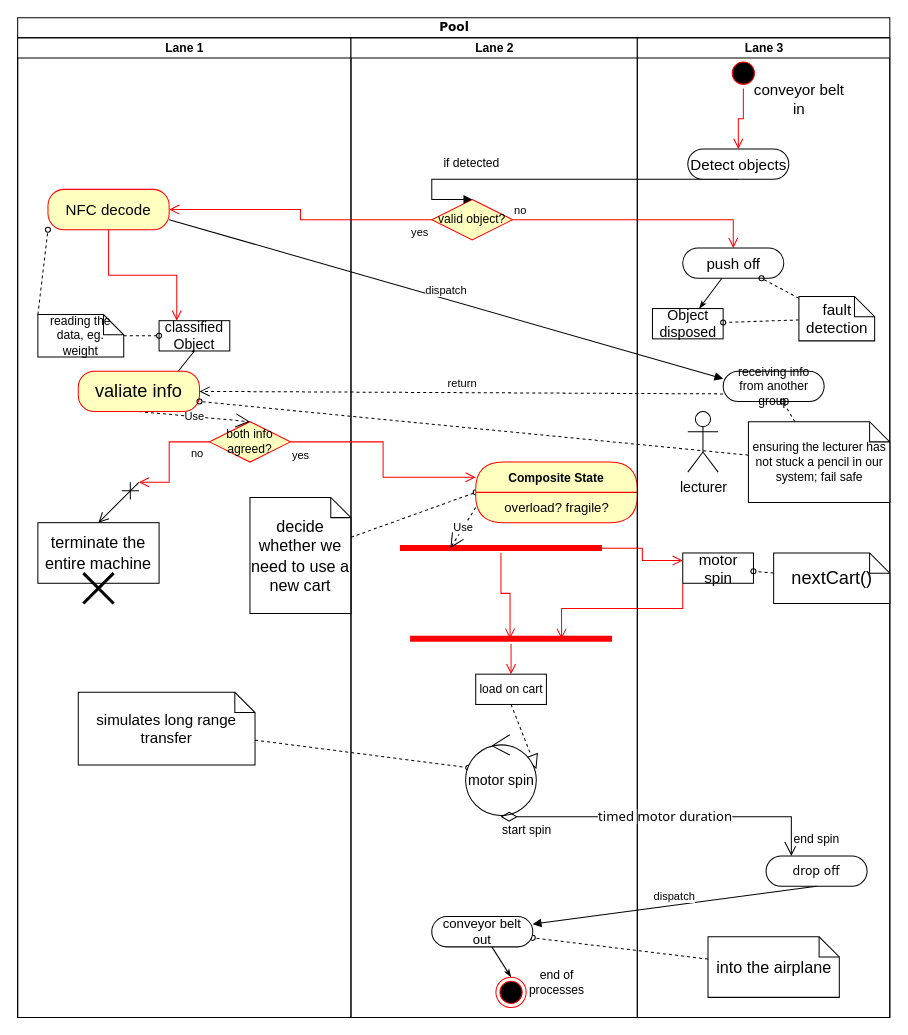
ShiyunKong/draw.io-storage keeps this draw.io diagram as 2IO75 Embeded Systems UML.drawio. Above is the earlier version. Source tidied: cells renumbered, new cells numbered last; positions are measured from the earlier drawing's top-left corner, leaving out a move shared by most shapes. Both pictures are drawn from the tidied source at 101%, with x=0, y=0 at pixel (17, 17).
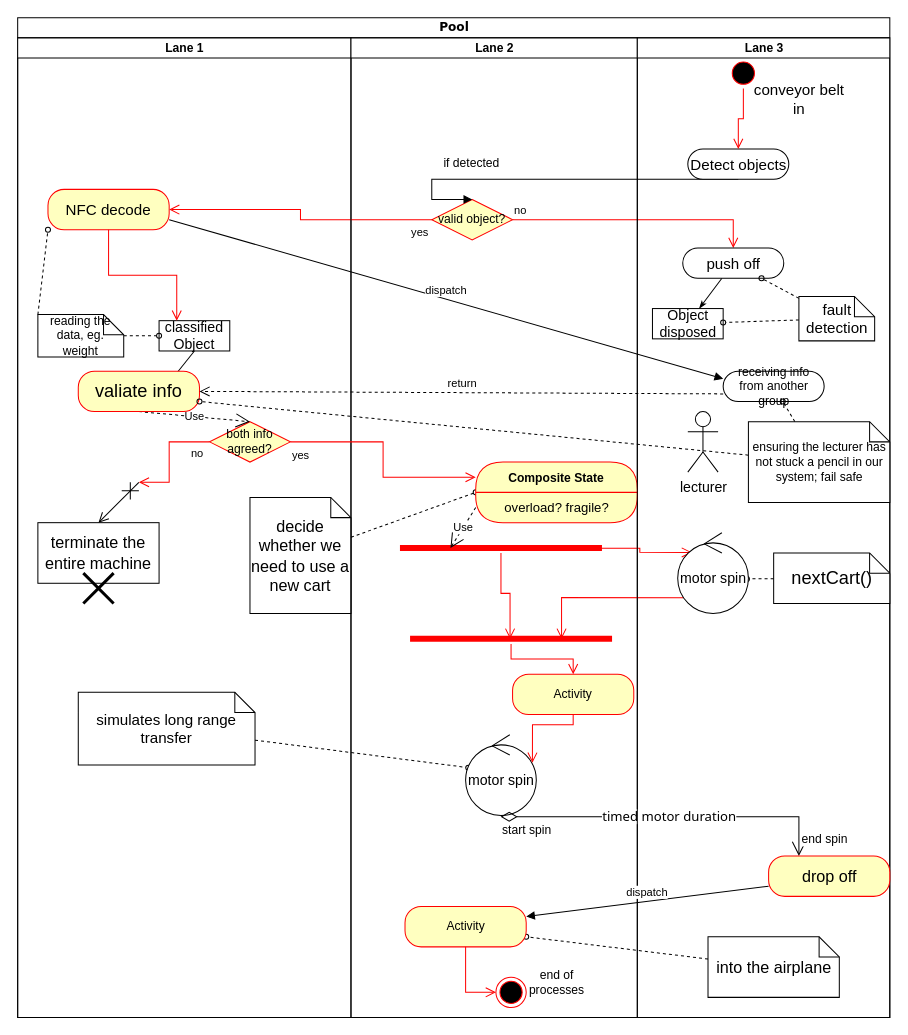
The same page after the edit.

The change refers to these unchanged cells:
```xml
<mxCell id="2" value="Pool" style="swimlane;html=1;startSize=20;rounded=0;shadow=0;comic=0;labelBackgroundColor=none;strokeWidth=1;fontFamily=Verdana;fontSize=12;align=center;" parent="1" vertex="1">
  <mxGeometry width="863.5" height="990" as="geometry" />
</mxCell>
<mxCell id="28" value="Lane 2" style="swimlane;html=1;startSize=20;" parent="2" vertex="1">
  <mxGeometry x="330" y="20" width="283.5" height="970" as="geometry" />
</mxCell>
<mxCell id="33" style="shape=line;html=1;strokeWidth=6;strokeColor=#ff0000;" parent="28" vertex="1">
  <mxGeometry x="48.5" y="500" width="200" height="10" as="geometry" />
</mxCell>
<mxCell id="36" style="shape=line;html=1;strokeWidth=6;strokeColor=#ff0000;" parent="28" vertex="1">
  <mxGeometry x="58.5" y="590" width="200" height="10" as="geometry" />
</mxCell>
<mxCell id="39" style="ellipse;html=1;shape=endState;fillColor=#000000;strokeColor=#ff0000;" parent="28" vertex="1">
  <mxGeometry x="143.5" y="930" width="30" height="30" as="geometry" />
</mxCell>
<mxCell id="40" value="&lt;font style=&quot;font-size: 14px;&quot; face=&quot;Calibri&quot;&gt;motor spin&lt;br&gt;&lt;/font&gt;" style="ellipse;shape=umlControl;whiteSpace=wrap;html=1;" parent="28" vertex="1">
  <mxGeometry x="113.5" y="690" width="70" height="80" as="geometry" />
</mxCell>
<mxCell id="51" value="Lane 3" style="swimlane;html=1;startSize=20;" parent="2" vertex="1">
  <mxGeometry x="613.5" y="20" width="250" height="970" as="geometry" />
</mxCell>
<mxCell id="62" value="&lt;font style=&quot;font-size: 18px;&quot; face=&quot;Calibri&quot;&gt;nextCart()&lt;/font&gt;" style="shape=note;whiteSpace=wrap;html=1;rounded=0;shadow=0;comic=0;labelBackgroundColor=none;strokeWidth=1;fontFamily=Verdana;fontSize=12;align=center;size=20;" parent="51" vertex="1">
  <mxGeometry x="135" y="510" width="115" height="50" as="geometry" />
</mxCell>
<mxCell id="63" value="&lt;font style=&quot;font-size: 16px;&quot; face=&quot;Calibri&quot;&gt;into the airplane&lt;br&gt;&lt;/font&gt;" style="shape=note;whiteSpace=wrap;html=1;rounded=0;shadow=0;comic=0;labelBackgroundColor=none;strokeWidth=1;fontFamily=Verdana;fontSize=12;align=center;size=20;" parent="51" vertex="1">
  <mxGeometry x="70" y="890" width="130" height="60" as="geometry" />
</mxCell>
```

What changed in the source:
```diff
@@
-    <mxCell id="22" style="edgeStyle=none;rounded=0;html=1;dashed=1;labelBackgroundColor=none;startArrow=none;startFill=0;startSize=5;endArrow=oval;endFill=0;endSize=5;jettySize=auto;strokeWidth=1;fontFamily=Verdana;fontSize=12;" parent="2" edge="1" source="63" target="30">
+    <mxCell id="22" style="edgeStyle=none;rounded=0;html=1;dashed=1;labelBackgroundColor=none;startArrow=none;startFill=0;startSize=5;endArrow=oval;endFill=0;endSize=5;jettySize=auto;strokeWidth=1;fontFamily=Verdana;fontSize=12;entryX=1;entryY=0.75;entryDx=0;entryDy=0;" parent="2" edge="1" source="63" target="74">
       <mxGeometry relative="1" as="geometry" />
     </mxCell>
@@
-    <mxCell id="29" value="&lt;font face=&quot;Calibri&quot;&gt;load on cart&lt;br&gt;&lt;/font&gt;" style="rounded=0;whiteSpace=wrap;html=1;shadow=0;comic=0;labelBackgroundColor=none;strokeWidth=1;fontFamily=Verdana;fontSize=12;align=center;arcSize=50;" parent="28" vertex="1">
-      <mxGeometry x="123.5" y="630" width="70" height="30" as="geometry" />
-    </mxCell>
-    <mxCell id="30" value="&lt;font style=&quot;font-size: 13px;&quot; face=&quot;Calibri&quot;&gt;conveyor belt out&lt;/font&gt;&lt;font style=&quot;font-size: 13px;&quot; face=&quot;Calibri&quot;&gt;&lt;br&gt;&lt;/font&gt;" style="rounded=1;whiteSpace=wrap;html=1;shadow=0;comic=0;labelBackgroundColor=none;strokeWidth=1;fontFamily=Verdana;fontSize=12;align=center;arcSize=50;" parent="28" vertex="1">
-      <mxGeometry x="80" y="870" width="100" height="30" as="geometry" />
-    </mxCell>
@@
-    <mxCell id="37" style="edgeStyle=orthogonalEdgeStyle;html=1;verticalAlign=bottom;endArrow=open;endSize=8;strokeColor=#ff0000;rounded=0;entryX=0.5;entryY=0;entryDx=0;entryDy=0;" parent="28" edge="1" source="36" target="29">
-      <mxGeometry relative="1" as="geometry" />
+    <mxCell id="37" style="edgeStyle=orthogonalEdgeStyle;html=1;verticalAlign=bottom;endArrow=open;endSize=8;strokeColor=#ff0000;rounded=0;entryX=0.5;entryY=0;entryDx=0;entryDy=0;" parent="28" edge="1" source="36" target="72">
+      <mxGeometry relative="1" as="geometry">
+        <Array as="points">
+          <mxPoint x="159" y="615" />
+          <mxPoint x="220" y="615" />
+        </Array>
+      </mxGeometry>
     </mxCell>
-    <mxCell id="38" style="endArrow=block;dashed=1;endFill=0;endSize=12;html=1;rounded=0;exitX=0.5;exitY=1;exitDx=0;exitDy=0;entryX=1.002;entryY=0.425;entryDx=0;entryDy=0;entryPerimeter=0;" parent="28" edge="1" source="29" target="40">
-      <mxGeometry relative="1" as="geometry" />
-    </mxCell>
@@
-    <mxCell id="41" style="edgeStyle=none;rounded=0;html=1;labelBackgroundColor=none;startArrow=none;startFill=0;startSize=5;endArrow=classicThin;endFill=1;endSize=5;jettySize=auto;strokeWidth=1;fontFamily=Verdana;fontSize=12;entryX=0.5;entryY=0;entryDx=0;entryDy=0;" parent="28" edge="1" source="30" target="39">
-      <mxGeometry relative="1" as="geometry" />
-    </mxCell>
@@
+    <mxCell id="72" value="Activity" style="rounded=1;whiteSpace=wrap;html=1;arcSize=40;fontColor=#000000;fillColor=#ffffc0;strokeColor=#ff0000;" parent="28" vertex="1">
+      <mxGeometry x="160" y="630" width="120" height="40" as="geometry" />
+    </mxCell>
+    <mxCell id="73" style="edgeStyle=orthogonalEdgeStyle;html=1;verticalAlign=bottom;endArrow=open;endSize=8;strokeColor=#ff0000;rounded=0;entryX=0.945;entryY=0.347;entryDx=0;entryDy=0;entryPerimeter=0;" parent="28" edge="1" source="72" target="40">
+      <mxGeometry relative="1" as="geometry" />
+    </mxCell>
+    <mxCell id="74" value="Activity" style="rounded=1;whiteSpace=wrap;html=1;arcSize=40;fontColor=#000000;fillColor=#ffffc0;strokeColor=#ff0000;" parent="28" vertex="1">
+      <mxGeometry x="53.5" y="860" width="120" height="40" as="geometry" />
+    </mxCell>
+    <mxCell id="75" style="edgeStyle=orthogonalEdgeStyle;html=1;verticalAlign=bottom;endArrow=open;endSize=8;strokeColor=#ff0000;rounded=0;entryX=0;entryY=0.5;entryDx=0;entryDy=0;" parent="28" edge="1" source="74" target="39">
+      <mxGeometry relative="1" as="geometry" />
+    </mxCell>
@@
-    <mxCell id="46" style="edgeStyle=orthogonalEdgeStyle;html=1;verticalAlign=bottom;endArrow=open;endSize=8;strokeColor=#ff0000;rounded=0;exitX=0.658;exitY=0.527;exitDx=0;exitDy=0;exitPerimeter=0;entryX=0;entryY=0.25;entryDx=0;entryDy=0;" parent="2" edge="1" source="33" target="65">
+    <mxCell id="46" style="edgeStyle=orthogonalEdgeStyle;html=1;verticalAlign=bottom;endArrow=open;endSize=8;strokeColor=#ff0000;rounded=0;exitX=0.658;exitY=0.527;exitDx=0;exitDy=0;exitPerimeter=0;entryX=0.201;entryY=0.243;entryDx=0;entryDy=0;entryPerimeter=0;" parent="2" edge="1" source="33" target="65">
       <mxGeometry relative="1" as="geometry" />
     </mxCell>
-    <mxCell id="47" style="edgeStyle=orthogonalEdgeStyle;html=1;verticalAlign=bottom;endArrow=open;endSize=8;strokeColor=#ff0000;rounded=0;entryX=0.75;entryY=0.5;entryDx=0;entryDy=0;entryPerimeter=0;exitX=0;exitY=1;exitDx=0;exitDy=0;" parent="2" edge="1" source="65" target="36">
+    <mxCell id="47" style="edgeStyle=orthogonalEdgeStyle;html=1;verticalAlign=bottom;endArrow=open;endSize=8;strokeColor=#ff0000;rounded=0;entryX=0.75;entryY=0.5;entryDx=0;entryDy=0;entryPerimeter=0;exitX=0.083;exitY=0.803;exitDx=0;exitDy=0;exitPerimeter=0;" parent="2" edge="1" source="65" target="36">
       <mxGeometry relative="1" as="geometry" />
     </mxCell>
@@
-    <mxCell id="65" value="&lt;font style=&quot;font-size: 15px;&quot; face=&quot;Calibri&quot;&gt;motor spin&lt;/font&gt;" style="rounded=0;whiteSpace=wrap;html=1;shadow=0;comic=0;labelBackgroundColor=none;strokeWidth=1;fontFamily=Verdana;fontSize=12;align=center;arcSize=50;" parent="51" vertex="1">
-      <mxGeometry x="45" y="510" width="70" height="30" as="geometry" />
-    </mxCell>
-    <mxCell id="66" style="edgeStyle=none;rounded=0;html=1;dashed=1;labelBackgroundColor=none;startArrow=none;startFill=0;startSize=5;endArrow=oval;endFill=0;endSize=5;jettySize=auto;strokeWidth=1;fontFamily=Verdana;fontSize=12;" parent="51" edge="1" source="62" target="65">
+    <mxCell id="66" style="edgeStyle=none;rounded=0;html=1;dashed=1;labelBackgroundColor=none;startArrow=none;startFill=0;startSize=5;endArrow=oval;endFill=0;endSize=5;jettySize=auto;strokeWidth=1;fontFamily=Verdana;fontSize=12;entryX=0.979;entryY=0.571;entryDx=0;entryDy=0;entryPerimeter=0;" parent="51" edge="1" source="62" target="65">
       <mxGeometry relative="1" as="geometry" />
     </mxCell>
-    <mxCell id="67" value="drop off" style="rounded=1;whiteSpace=wrap;html=1;shadow=0;comic=0;labelBackgroundColor=none;strokeWidth=1;fontFamily=Verdana;fontSize=12;align=center;arcSize=50;" parent="51" vertex="1">
-      <mxGeometry x="127.5" y="810" width="100" height="30" as="geometry" />
-    </mxCell>
@@
+    <mxCell id="65" value="&lt;font style=&quot;font-size: 14px;&quot; face=&quot;Calibri&quot;&gt;motor spin&lt;br&gt;&lt;/font&gt;" style="ellipse;shape=umlControl;whiteSpace=wrap;html=1;" parent="51" vertex="1">
+      <mxGeometry x="40" y="490" width="70" height="80" as="geometry" />
+    </mxCell>
+    <mxCell id="67" value="&lt;font style=&quot;font-size: 16px;&quot; face=&quot;Calibri&quot;&gt;drop off&lt;/font&gt;" style="rounded=1;whiteSpace=wrap;html=1;arcSize=40;fontColor=#000000;fillColor=#ffffc0;strokeColor=#ff0000;" parent="51" vertex="1">
+      <mxGeometry x="130" y="810" width="120" height="40" as="geometry" />
+    </mxCell>
-    <mxCell id="71" value="dispatch" style="html=1;verticalAlign=bottom;endArrow=block;curved=0;rounded=0;exitX=0.5;exitY=1;exitDx=0;exitDy=0;entryX=1;entryY=0.25;entryDx=0;entryDy=0;" parent="2" edge="1" source="67" target="30">
+    <mxCell id="71" value="dispatch" style="html=1;verticalAlign=bottom;endArrow=block;curved=0;rounded=0;exitX=0;exitY=0.75;exitDx=0;exitDy=0;entryX=1;entryY=0.25;entryDx=0;entryDy=0;" parent="2" edge="1" source="67" target="74">
       <mxGeometry relative="1" as="geometry" />
     </mxCell>
```
